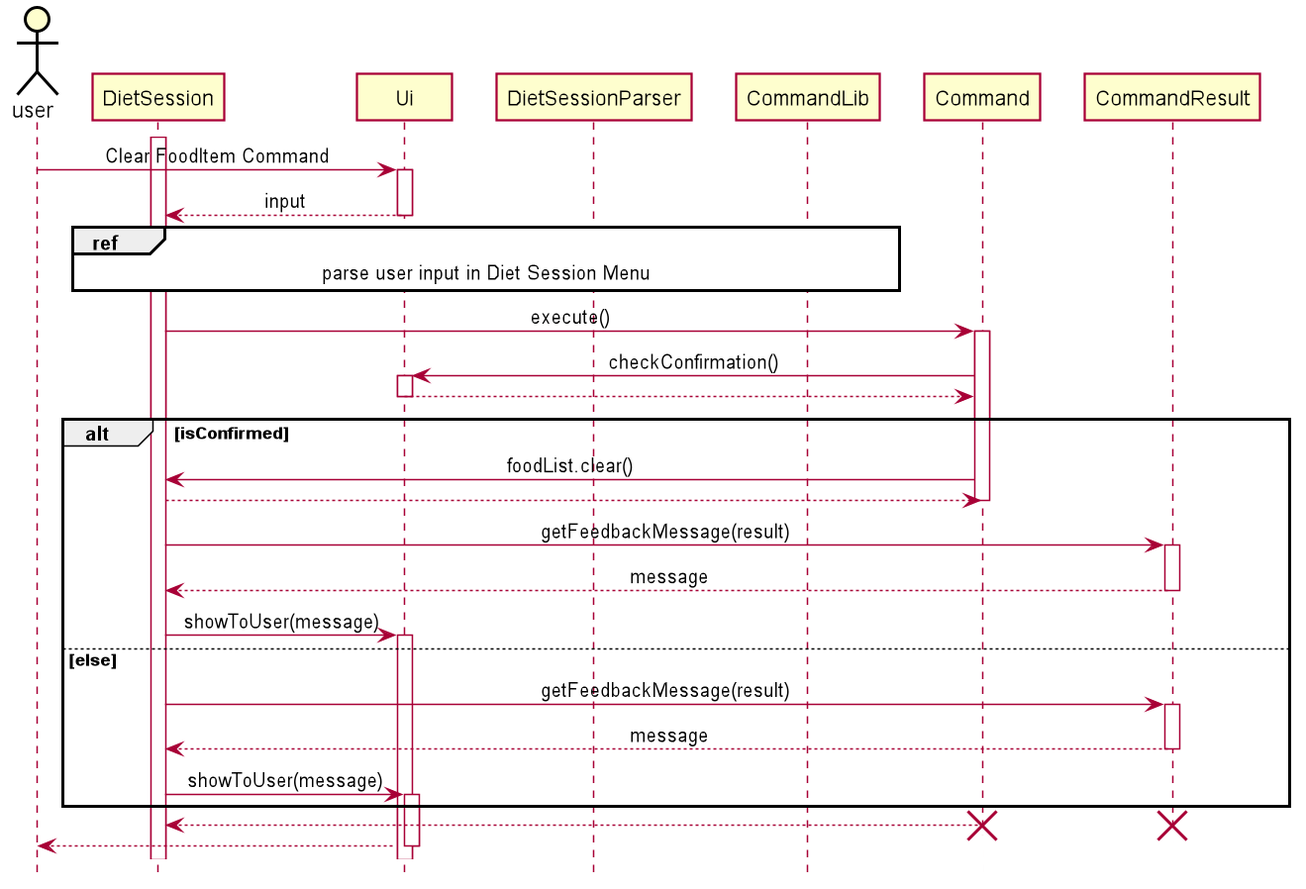
zsk612/tp keeps this PlantUML diagram as docs/pictures/Shukai/FoodItemClear.png. Above is the earlier version. Its source is kept beside it as docs/pictures/Shukai/FoodItemClear.puml.
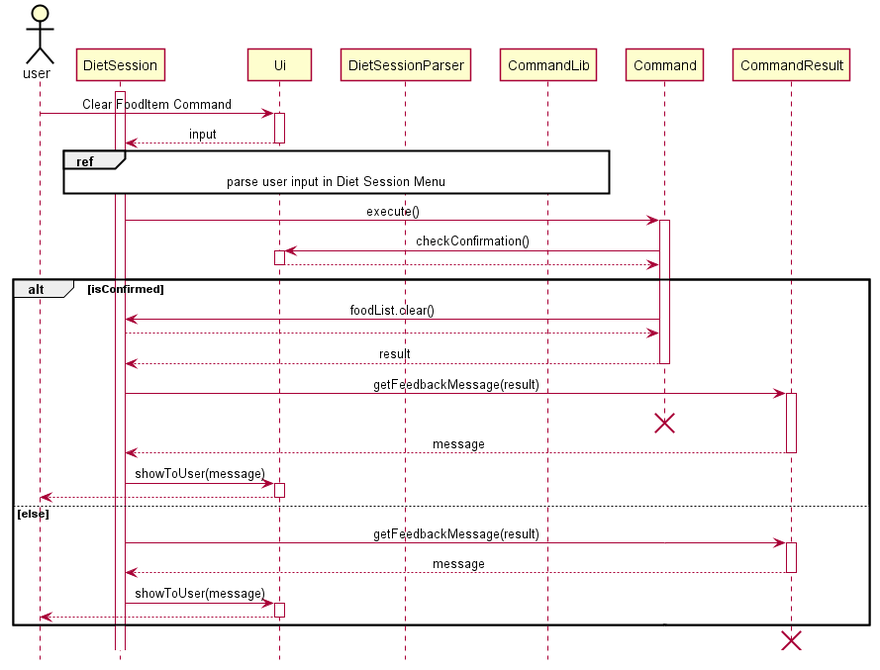
The same diagram one commit later.

Commit message:
update uml diagram

Change to the diagram source:
```diff
@@ -14,22 +14,25 @@
     alt isConfirmed
         Command -> DietSession: foodList.clear()
         DietSession --> Command
+        Command --> DietSession : result
         deactivate Command
 
         DietSession -> CommandResult ++ : getFeedbackMessage(result)
+        destroy Command
         CommandResult --> DietSession -- : message
         DietSession -> Ui ++ : showToUser(message)
+        Ui --> user
+        deactivate Ui
 
     else else
         DietSession -> CommandResult ++ : getFeedbackMessage(result)
         CommandResult --> DietSession -- : message
         DietSession -> Ui ++ : showToUser(message)
-    end
-Command --> DietSession --
-destroy CommandResult
-destroy Command
+
 Ui --> user
 deactivate Ui
+    end
+destroy CommandResult
 
 
 @enduml
```
